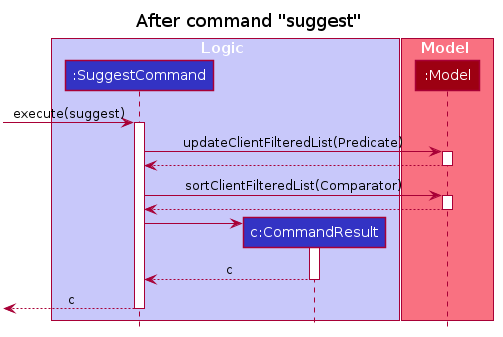
The PlantUML diagram docs/images/SuggestSequenceDiagram.png in tankangliang/tp, before a commit. Its diagram source:
```plantuml
@startuml








skinparam BackgroundColor #FFFFFFF

skinparam Shadowing false

skinparam Class {
    FontColor #FFFFFF
    BorderThickness 1
    BorderColor #FFFFFF
    StereotypeFontColor #FFFFFF
    FontName Arial
}

skinparam Actor {
    BorderColor #000000
    Color #000000
    FontName Arial
}

skinparam Sequence {
    MessageAlign center
    BoxFontSize 15
    BoxPadding 0
    BoxFontColor #FFFFFF
    FontName Arial
}

skinparam Participant {
    FontColor #FFFFFFF
    Padding 20
}

skinparam MinClassWidth 50
skinparam ParticipantPadding 10
skinparam Shadowing false
skinparam DefaultTextAlignment center
skinparam packageStyle Rectangle

hide footbox
hide members
hide circle
skinparam ClassFontColor #000000
skinparam ClassBorderColor #000000

title After command "suggest"

box Logic #C8C8FA
participant ":SuggestCommand" as SuggestCommand #3333C4
participant "c:CommandResult" as CommandResult #3333C4
end box

box Model #F97181
participant ":Model" as Model #9D0012
end box

[-> SuggestCommand : execute(suggest)
activate SuggestCommand

SuggestCommand -> Model : updateClientFilteredList(Predicate)
activate Model

Model --> SuggestCommand
deactivate Model

SuggestCommand -> Model : sortClientFilteredList(Comparator)
activate Model

Model --> SuggestCommand
deactivate Model

create CommandResult
SuggestCommand -> CommandResult
activate CommandResult

CommandResult --> SuggestCommand : c
deactivate CommandResult

[<-- SuggestCommand : c
deactivate SuggestCommand
@enduml
```
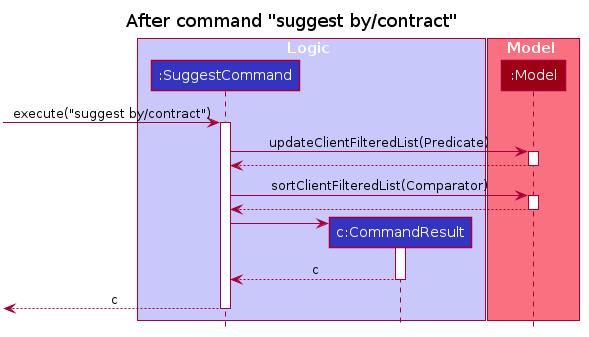
After the commit.

Commit message:
Generate PNG images for PlantUML diagrams

Change to the diagram source:
```diff
@@ -47,10 +47,8 @@
 hide footbox
 hide members
 hide circle
-skinparam ClassFontColor #000000
-skinparam ClassBorderColor #000000
 
-title After command "suggest"
+title After command "suggest by/contract"
 
 box Logic #C8C8FA
 participant ":SuggestCommand" as SuggestCommand #3333C4
@@ -61,7 +59,7 @@
 participant ":Model" as Model #9D0012
 end box
 
-[-> SuggestCommand : execute(suggest)
+[-> SuggestCommand : execute("suggest by/contract")
 activate SuggestCommand
 
 SuggestCommand -> Model : updateClientFilteredList(Predicate)
```
